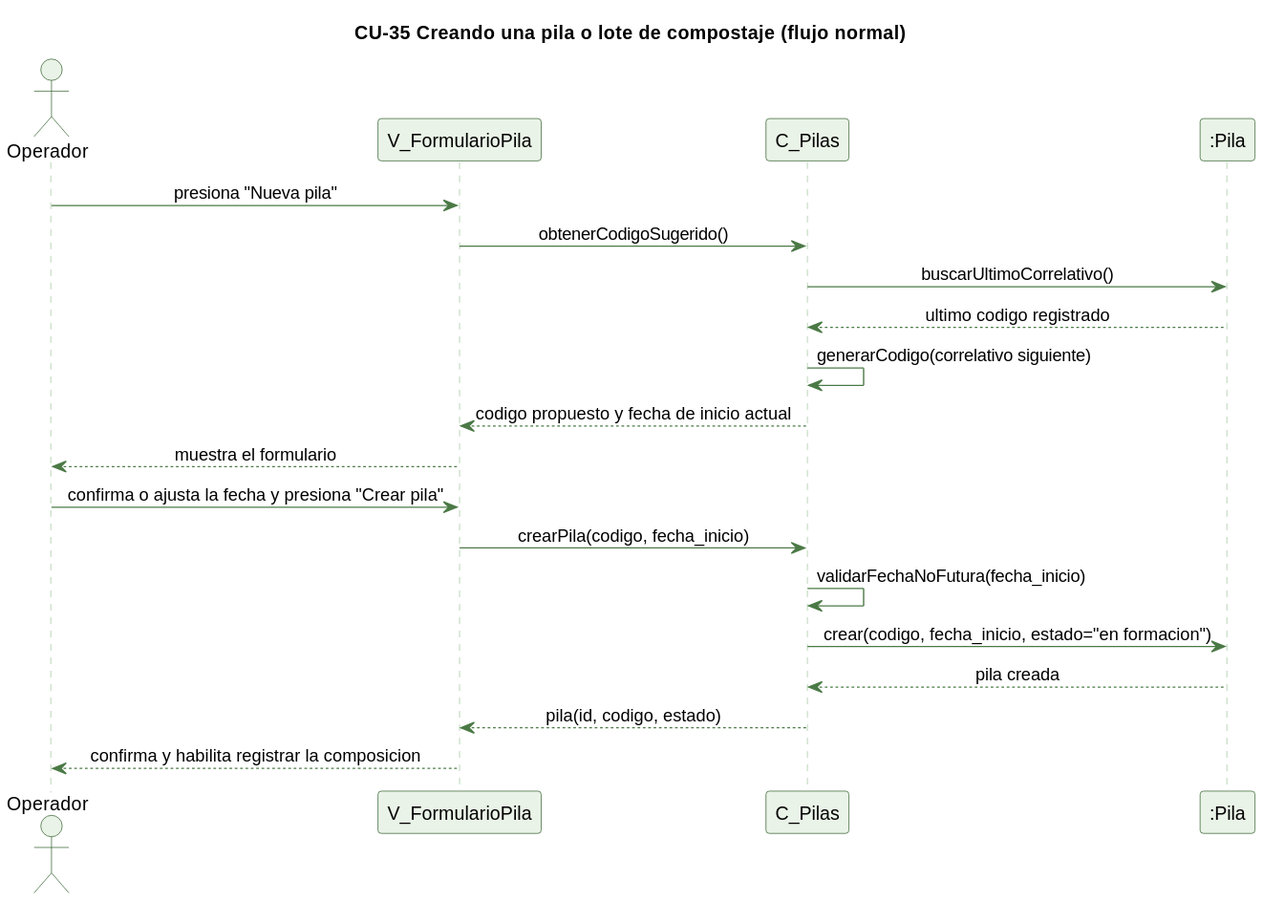
Earlier version of the PlantUML export docs/trabajo-grupal/diagramas/secuencias/cu35-pila-crear-normal.svg (kenjikaese/Triverde). The source it was exported from:
```plantuml
@startuml
skinparam backgroundColor #FFFFFF
skinparam shadowing false
skinparam defaultFontName Helvetica
skinparam sequenceMessageAlign center
skinparam ParticipantBackgroundColor #EAF3E7
skinparam ParticipantBorderColor #2E5E2A
skinparam ActorBackgroundColor #EAF3E7
skinparam ActorBorderColor #2E5E2A
skinparam sequenceLifeLineBorderColor #9CC49A
skinparam ArrowColor #4B7A46

title CU-35 Creando una pila o lote de compostaje (flujo normal)

actor Operador
participant "V_FormularioPila" as V
participant "C_Pilas" as C
participant ":Pila" as P

Operador -> V : presiona "Nueva pila"
V -> C : obtenerCodigoSugerido()
C -> P : buscarUltimoCorrelativo()
P --> C : ultimo codigo registrado
C -> C : generarCodigo(correlativo siguiente)
C --> V : codigo propuesto y fecha de inicio actual
V --> Operador : muestra el formulario
Operador -> V : confirma o ajusta la fecha y presiona "Crear pila"
V -> C : crearPila(codigo, fecha_inicio)
C -> C : validarFechaNoFutura(fecha_inicio)
C -> P : crear(codigo, fecha_inicio, estado="en formacion")
P --> C : pila creada
C --> V : pila(id, codigo, estado)
V --> Operador : confirma y habilita registrar la composicion
@enduml
```
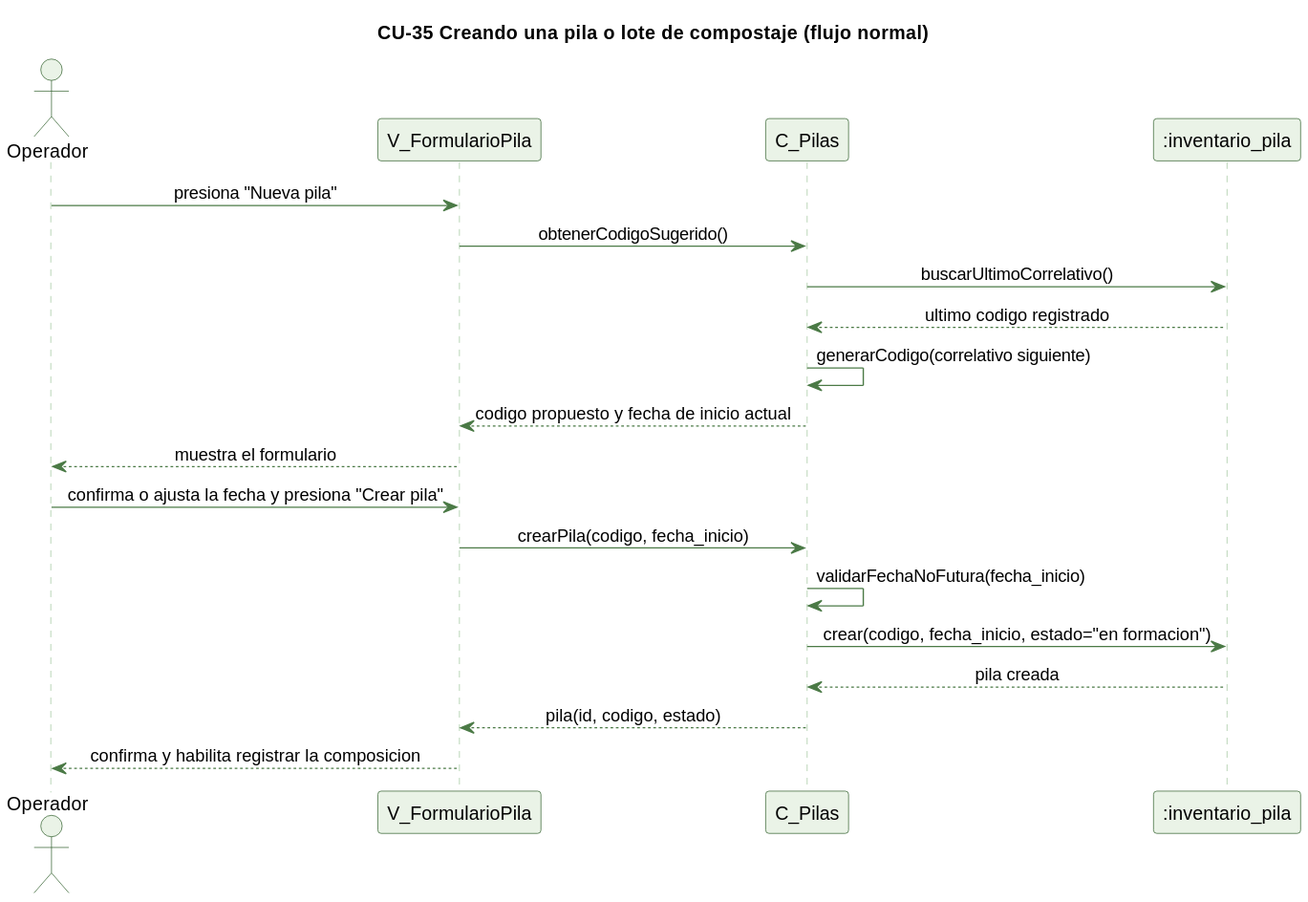
The same diagram one commit later.

What changed in the source:
```diff
@@ -15,7 +15,7 @@
 actor Operador
 participant "V_FormularioPila" as V
 participant "C_Pilas" as C
-participant ":Pila" as P
+participant ":inventario_pila" as P
 
 Operador -> V : presiona "Nueva pila"
 V -> C : obtenerCodigoSugerido()
```
